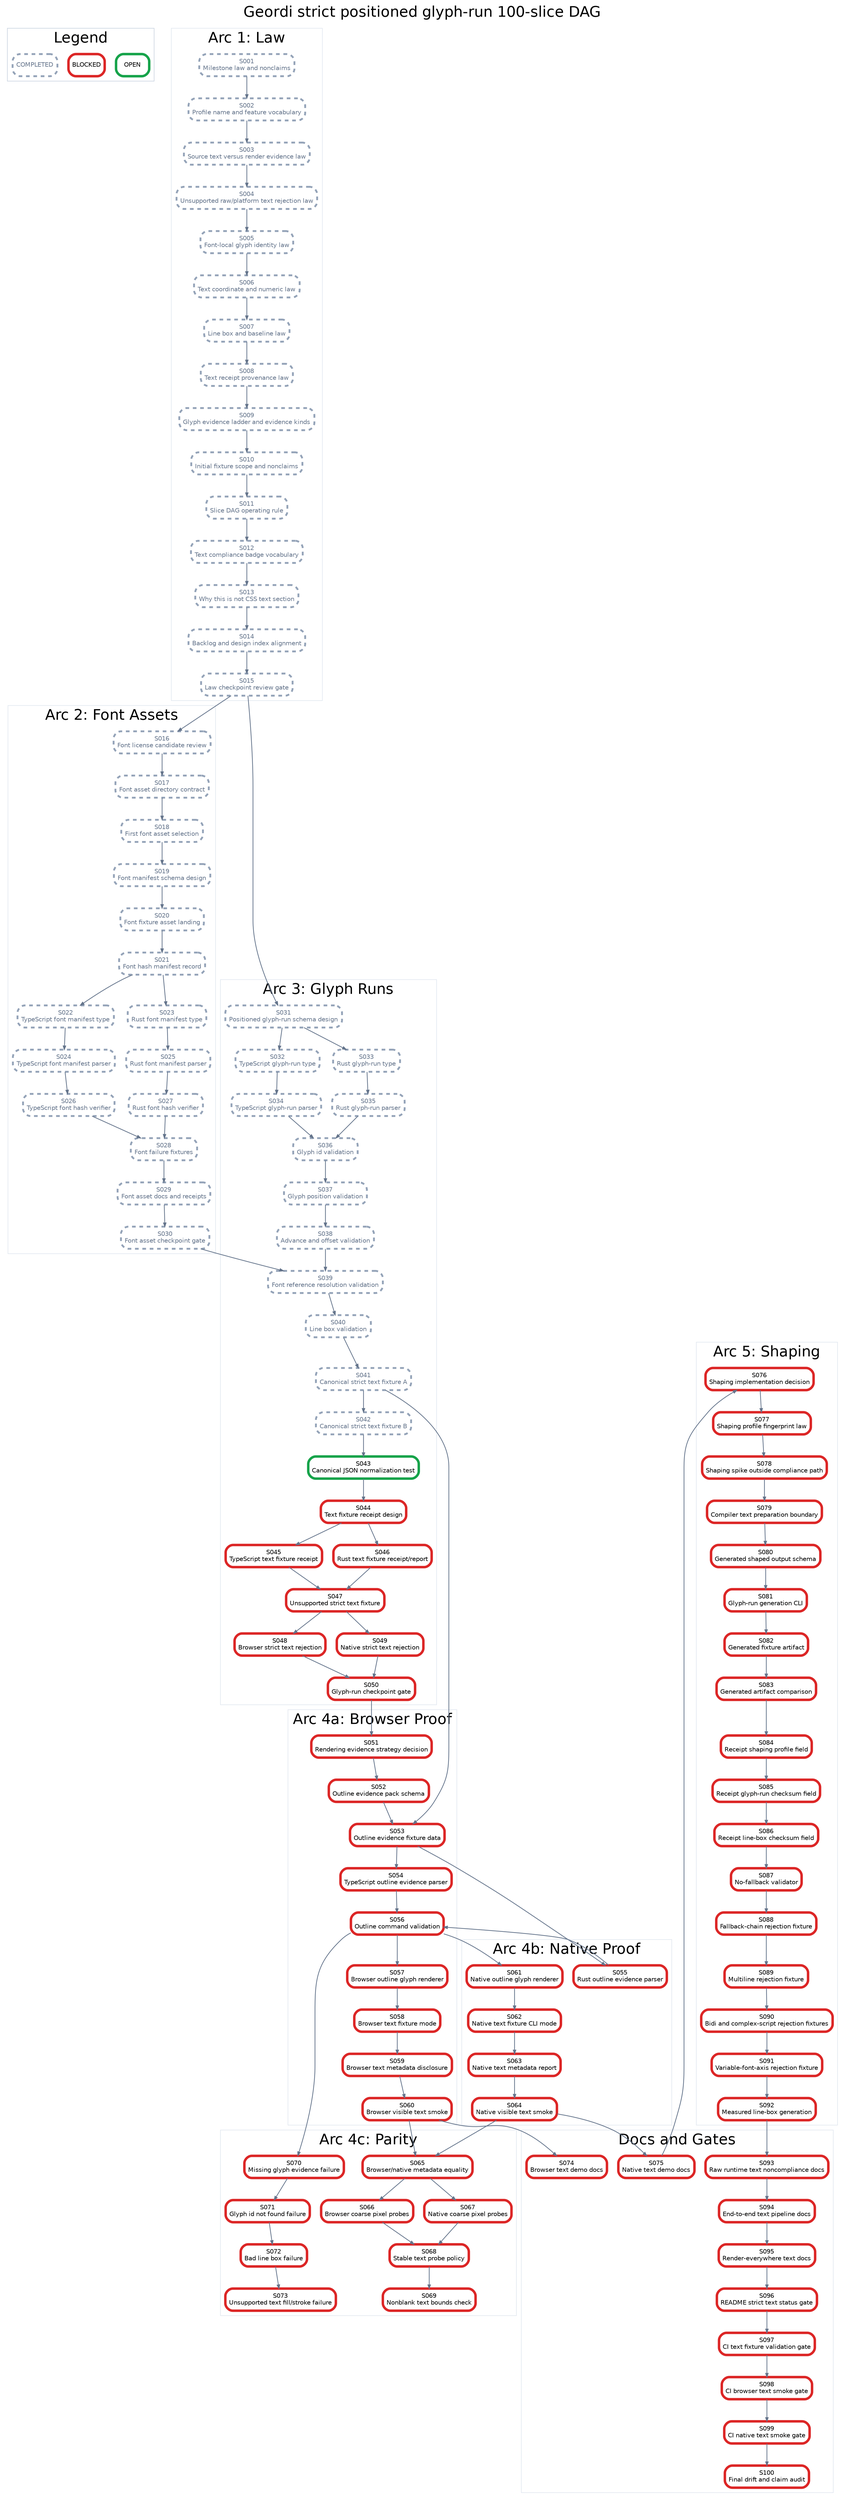
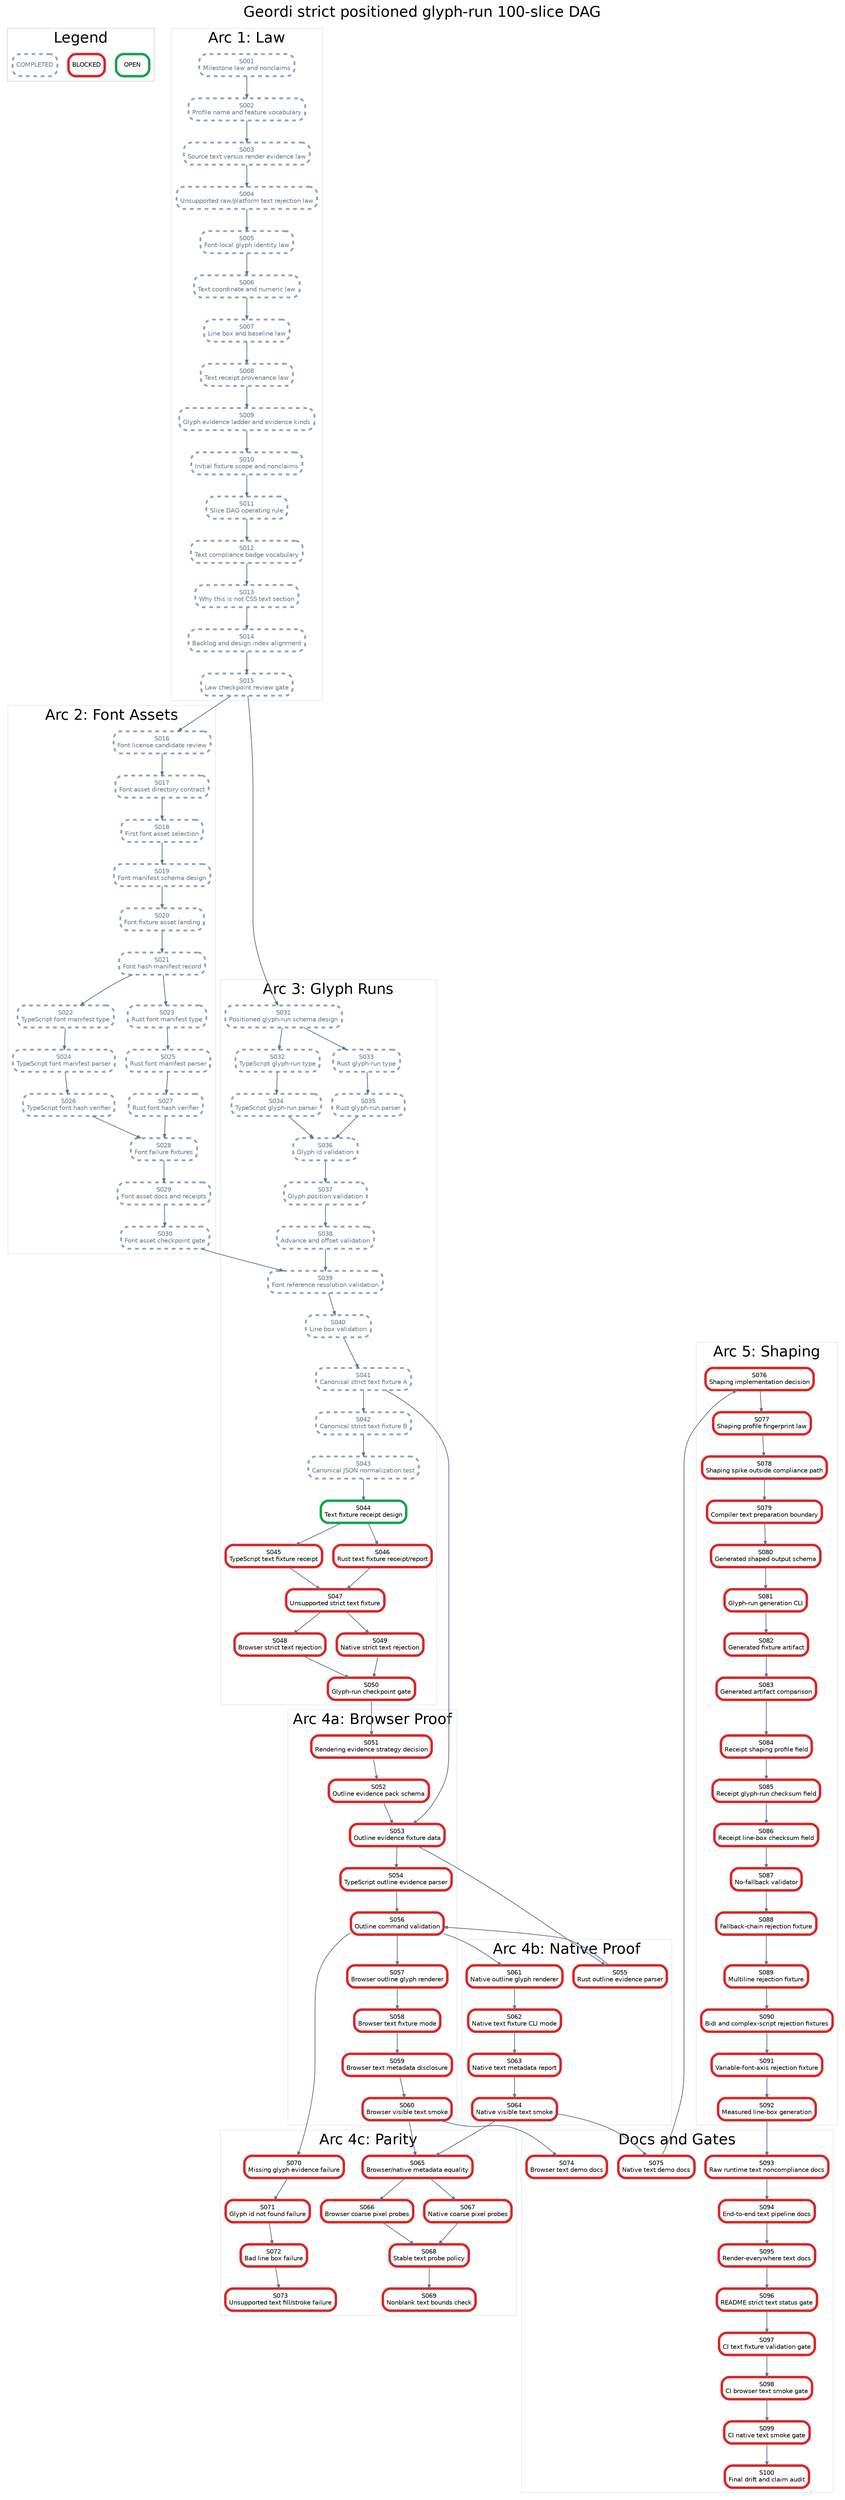
digraph StrictPositionedGlyphRunPlan {
  graph [rankdir=TB, bgcolor="white", fontname="Helvetica", label="Geordi strict positioned glyph-run 100-slice DAG", labelloc="t", fontsize=24];
  node [shape=box, style="rounded,filled", fillcolor="white", fontname="Helvetica", fontsize=10, margin="0.08,0.05"];
  edge [color="#64748b", arrowsize=0.6, penwidth=1.2];

  subgraph cluster_legend {
    label="Legend";
    color="#cbd5e1";
    legend_open [label="OPEN", color="#16a34a", penwidth=4];
    legend_blocked [label="BLOCKED", color="#dc2626", penwidth=4];
    legend_done [label="COMPLETED", color="#94a3b8", penwidth=3, style="rounded,filled,dashed", fontcolor="#64748b"];
  }

  subgraph cluster_law {
    label="Arc 1: Law";
    color="#e2e8f0";
    S001 [label="S001\nMilestone law and nonclaims", color="#94a3b8", penwidth=3, style="rounded,filled,dashed", fontcolor="#64748b"];
    S002 [label="S002\nProfile name and feature vocabulary", color="#94a3b8", penwidth=3, style="rounded,filled,dashed", fontcolor="#64748b"];
    S003 [label="S003\nSource text versus render evidence law", color="#94a3b8", penwidth=3, style="rounded,filled,dashed", fontcolor="#64748b"];
    S004 [label="S004\nUnsupported raw/platform text rejection law", color="#94a3b8", penwidth=3, style="rounded,filled,dashed", fontcolor="#64748b"];
    S005 [label="S005\nFont-local glyph identity law", color="#94a3b8", penwidth=3, style="rounded,filled,dashed", fontcolor="#64748b"];
    S006 [label="S006\nText coordinate and numeric law", color="#94a3b8", penwidth=3, style="rounded,filled,dashed", fontcolor="#64748b"];
    S007 [label="S007\nLine box and baseline law", color="#94a3b8", penwidth=3, style="rounded,filled,dashed", fontcolor="#64748b"];
    S008 [label="S008\nText receipt provenance law", color="#94a3b8", penwidth=3, style="rounded,filled,dashed", fontcolor="#64748b"];
    S009 [label="S009\nGlyph evidence ladder and evidence kinds", color="#94a3b8", penwidth=3, style="rounded,filled,dashed", fontcolor="#64748b"];
    S010 [label="S010\nInitial fixture scope and nonclaims", color="#94a3b8", penwidth=3, style="rounded,filled,dashed", fontcolor="#64748b"];
    S011 [label="S011\nSlice DAG operating rule", color="#94a3b8", penwidth=3, style="rounded,filled,dashed", fontcolor="#64748b"];
    S012 [label="S012\nText compliance badge vocabulary", color="#94a3b8", penwidth=3, style="rounded,filled,dashed", fontcolor="#64748b"];
    S013 [label="S013\nWhy this is not CSS text section", color="#94a3b8", penwidth=3, style="rounded,filled,dashed", fontcolor="#64748b"];
    S014 [label="S014\nBacklog and design index alignment", color="#94a3b8", penwidth=3, style="rounded,filled,dashed", fontcolor="#64748b"];
    S015 [label="S015\nLaw checkpoint review gate", color="#94a3b8", penwidth=3, style="rounded,filled,dashed", fontcolor="#64748b"];
  }

  subgraph cluster_assets {
    label="Arc 2: Font Assets";
    color="#e2e8f0";
    S016 [label="S016\nFont license candidate review", color="#94a3b8", penwidth=3, style="rounded,filled,dashed", fontcolor="#64748b"];
    S017 [label="S017\nFont asset directory contract", color="#94a3b8", penwidth=3, style="rounded,filled,dashed", fontcolor="#64748b"];
    S018 [label="S018\nFirst font asset selection", color="#94a3b8", penwidth=3, style="rounded,filled,dashed", fontcolor="#64748b"];
    S019 [label="S019\nFont manifest schema design", color="#94a3b8", penwidth=3, style="rounded,filled,dashed", fontcolor="#64748b"];
    S020 [label="S020\nFont fixture asset landing", color="#94a3b8", penwidth=3, style="rounded,filled,dashed", fontcolor="#64748b"];
    S021 [label="S021\nFont hash manifest record", color="#94a3b8", penwidth=3, style="rounded,filled,dashed", fontcolor="#64748b"];
    S022 [label="S022\nTypeScript font manifest type", color="#94a3b8", penwidth=3, style="rounded,filled,dashed", fontcolor="#64748b"];
    S023 [label="S023\nRust font manifest type", color="#94a3b8", penwidth=3, style="rounded,filled,dashed", fontcolor="#64748b"];
    S024 [label="S024\nTypeScript font manifest parser", color="#94a3b8", penwidth=3, style="rounded,filled,dashed", fontcolor="#64748b"];
    S025 [label="S025\nRust font manifest parser", color="#94a3b8", penwidth=3, style="rounded,filled,dashed", fontcolor="#64748b"];
    S026 [label="S026\nTypeScript font hash verifier", color="#94a3b8", penwidth=3, style="rounded,filled,dashed", fontcolor="#64748b"];
    S027 [label="S027\nRust font hash verifier", color="#94a3b8", penwidth=3, style="rounded,filled,dashed", fontcolor="#64748b"];
    S028 [label="S028\nFont failure fixtures", color="#94a3b8", penwidth=3, style="rounded,filled,dashed", fontcolor="#64748b"];
    S029 [label="S029\nFont asset docs and receipts", color="#94a3b8", penwidth=3, style="rounded,filled,dashed", fontcolor="#64748b"];
    S030 [label="S030\nFont asset checkpoint gate", color="#94a3b8", penwidth=3, style="rounded,filled,dashed", fontcolor="#64748b"];
  }

  subgraph cluster_glyph {
    label="Arc 3: Glyph Runs";
    color="#e2e8f0";
    S031 [label="S031\nPositioned glyph-run schema design", color="#94a3b8", penwidth=3, style="rounded,filled,dashed", fontcolor="#64748b"];
    S032 [label="S032\nTypeScript glyph-run type", color="#94a3b8", penwidth=3, style="rounded,filled,dashed", fontcolor="#64748b"];
    S033 [label="S033\nRust glyph-run type", color="#94a3b8", penwidth=3, style="rounded,filled,dashed", fontcolor="#64748b"];
    S034 [label="S034\nTypeScript glyph-run parser", color="#94a3b8", penwidth=3, style="rounded,filled,dashed", fontcolor="#64748b"];
    S035 [label="S035\nRust glyph-run parser", color="#94a3b8", penwidth=3, style="rounded,filled,dashed", fontcolor="#64748b"];
    S036 [label="S036\nGlyph id validation", color="#94a3b8", penwidth=3, style="rounded,filled,dashed", fontcolor="#64748b"];
    S037 [label="S037\nGlyph position validation", color="#94a3b8", penwidth=3, style="rounded,filled,dashed", fontcolor="#64748b"];
    S038 [label="S038\nAdvance and offset validation", color="#94a3b8", penwidth=3, style="rounded,filled,dashed", fontcolor="#64748b"];
    S039 [label="S039\nFont reference resolution validation", color="#94a3b8", penwidth=3, style="rounded,filled,dashed", fontcolor="#64748b"];
    S040 [label="S040\nLine box validation", color="#94a3b8", penwidth=3, style="rounded,filled,dashed", fontcolor="#64748b"];
    S041 [label="S041\nCanonical strict text fixture A", color="#94a3b8", penwidth=3, style="rounded,filled,dashed", fontcolor="#64748b"];
    S042 [label="S042\nCanonical strict text fixture B", color="#94a3b8", penwidth=3, style="rounded,filled,dashed", fontcolor="#64748b"];
-     S043 [label="S043\nCanonical JSON normalization test", color="#16a34a", penwidth=4];
-     S044 [label="S044\nText fixture receipt design", color="#dc2626", penwidth=4];
+     S043 [label="S043\nCanonical JSON normalization test", color="#94a3b8", penwidth=3, style="rounded,filled,dashed", fontcolor="#64748b"];
+     S044 [label="S044\nText fixture receipt design", color="#16a34a", penwidth=4];
    S045 [label="S045\nTypeScript text fixture receipt", color="#dc2626", penwidth=4];
    S046 [label="S046\nRust text fixture receipt/report", color="#dc2626", penwidth=4];
    S047 [label="S047\nUnsupported strict text fixture", color="#dc2626", penwidth=4];
    S048 [label="S048\nBrowser strict text rejection", color="#dc2626", penwidth=4];
    S049 [label="S049\nNative strict text rejection", color="#dc2626", penwidth=4];
    S050 [label="S050\nGlyph-run checkpoint gate", color="#dc2626", penwidth=4];
  }

  subgraph cluster_browser {
    label="Arc 4a: Browser Proof";
    color="#e2e8f0";
    S051 [label="S051\nRendering evidence strategy decision", color="#dc2626", penwidth=4];
    S052 [label="S052\nOutline evidence pack schema", color="#dc2626", penwidth=4];
    S053 [label="S053\nOutline evidence fixture data", color="#dc2626", penwidth=4];
    S054 [label="S054\nTypeScript outline evidence parser", color="#dc2626", penwidth=4];
    S056 [label="S056\nOutline command validation", color="#dc2626", penwidth=4];
    S057 [label="S057\nBrowser outline glyph renderer", color="#dc2626", penwidth=4];
    S058 [label="S058\nBrowser text fixture mode", color="#dc2626", penwidth=4];
    S059 [label="S059\nBrowser text metadata disclosure", color="#dc2626", penwidth=4];
    S060 [label="S060\nBrowser visible text smoke", color="#dc2626", penwidth=4];
  }

  subgraph cluster_native {
    label="Arc 4b: Native Proof";
    color="#e2e8f0";
    S055 [label="S055\nRust outline evidence parser", color="#dc2626", penwidth=4];
    S061 [label="S061\nNative outline glyph renderer", color="#dc2626", penwidth=4];
    S062 [label="S062\nNative text fixture CLI mode", color="#dc2626", penwidth=4];
    S063 [label="S063\nNative text metadata report", color="#dc2626", penwidth=4];
    S064 [label="S064\nNative visible text smoke", color="#dc2626", penwidth=4];
  }

  subgraph cluster_parity {
    label="Arc 4c: Parity";
    color="#e2e8f0";
    S065 [label="S065\nBrowser/native metadata equality", color="#dc2626", penwidth=4];
    S066 [label="S066\nBrowser coarse pixel probes", color="#dc2626", penwidth=4];
    S067 [label="S067\nNative coarse pixel probes", color="#dc2626", penwidth=4];
    S068 [label="S068\nStable text probe policy", color="#dc2626", penwidth=4];
    S069 [label="S069\nNonblank text bounds check", color="#dc2626", penwidth=4];
    S070 [label="S070\nMissing glyph evidence failure", color="#dc2626", penwidth=4];
    S071 [label="S071\nGlyph id not found failure", color="#dc2626", penwidth=4];
    S072 [label="S072\nBad line box failure", color="#dc2626", penwidth=4];
    S073 [label="S073\nUnsupported text fill/stroke failure", color="#dc2626", penwidth=4];
  }

  subgraph cluster_shaping {
    label="Arc 5: Shaping";
    color="#e2e8f0";
    S076 [label="S076\nShaping implementation decision", color="#dc2626", penwidth=4];
    S077 [label="S077\nShaping profile fingerprint law", color="#dc2626", penwidth=4];
    S078 [label="S078\nShaping spike outside compliance path", color="#dc2626", penwidth=4];
    S079 [label="S079\nCompiler text preparation boundary", color="#dc2626", penwidth=4];
    S080 [label="S080\nGenerated shaped output schema", color="#dc2626", penwidth=4];
    S081 [label="S081\nGlyph-run generation CLI", color="#dc2626", penwidth=4];
    S082 [label="S082\nGenerated fixture artifact", color="#dc2626", penwidth=4];
    S083 [label="S083\nGenerated artifact comparison", color="#dc2626", penwidth=4];
    S084 [label="S084\nReceipt shaping profile field", color="#dc2626", penwidth=4];
    S085 [label="S085\nReceipt glyph-run checksum field", color="#dc2626", penwidth=4];
    S086 [label="S086\nReceipt line-box checksum field", color="#dc2626", penwidth=4];
    S087 [label="S087\nNo-fallback validator", color="#dc2626", penwidth=4];
    S088 [label="S088\nFallback-chain rejection fixture", color="#dc2626", penwidth=4];
    S089 [label="S089\nMultiline rejection fixture", color="#dc2626", penwidth=4];
    S090 [label="S090\nBidi and complex-script rejection fixtures", color="#dc2626", penwidth=4];
    S091 [label="S091\nVariable-font-axis rejection fixture", color="#dc2626", penwidth=4];
    S092 [label="S092\nMeasured line-box generation", color="#dc2626", penwidth=4];
  }

  subgraph cluster_docs {
    label="Docs and Gates";
    color="#e2e8f0";
    S074 [label="S074\nBrowser text demo docs", color="#dc2626", penwidth=4];
    S075 [label="S075\nNative text demo docs", color="#dc2626", penwidth=4];
    S093 [label="S093\nRaw runtime text noncompliance docs", color="#dc2626", penwidth=4];
    S094 [label="S094\nEnd-to-end text pipeline docs", color="#dc2626", penwidth=4];
    S095 [label="S095\nRender-everywhere text docs", color="#dc2626", penwidth=4];
    S096 [label="S096\nREADME strict text status gate", color="#dc2626", penwidth=4];
    S097 [label="S097\nCI text fixture validation gate", color="#dc2626", penwidth=4];
    S098 [label="S098\nCI browser text smoke gate", color="#dc2626", penwidth=4];
    S099 [label="S099\nCI native text smoke gate", color="#dc2626", penwidth=4];
    S100 [label="S100\nFinal drift and claim audit", color="#dc2626", penwidth=4];
  }

  S001 -> S002;
  S002 -> S003;
  S003 -> S004;
  S004 -> S005;
  S005 -> S006;
  S006 -> S007;
  S007 -> S008;
  S008 -> S009;
  S009 -> S010;
  S010 -> S011;
  S011 -> S012;
  S012 -> S013;
  S013 -> S014;
  S014 -> S015;
  S015 -> S016;
  S016 -> S017;
  S017 -> S018;
  S018 -> S019;
  S019 -> S020;
  S020 -> S021;
  S021 -> S022;
  S021 -> S023;
  S022 -> S024;
  S023 -> S025;
  S024 -> S026;
  S025 -> S027;
  S026 -> S028;
  S027 -> S028;
  S028 -> S029;
  S029 -> S030;
  S015 -> S031;
  S031 -> S032;
  S031 -> S033;
  S032 -> S034;
  S033 -> S035;
  S034 -> S036;
  S035 -> S036;
  S036 -> S037;
  S037 -> S038;
  S038 -> S039;
  S039 -> S040;
  S030 -> S039;
  S040 -> S041;
  S041 -> S042;
  S042 -> S043;
  S043 -> S044;
  S044 -> S045;
  S044 -> S046;
  S045 -> S047;
  S046 -> S047;
  S047 -> S048;
  S047 -> S049;
  S048 -> S050;
  S049 -> S050;
  S050 -> S051;
  S051 -> S052;
  S052 -> S053;
  S041 -> S053;
  S053 -> S054;
  S053 -> S055;
  S054 -> S056;
  S055 -> S056;
  S056 -> S057;
  S057 -> S058;
  S058 -> S059;
  S059 -> S060;
  S056 -> S061;
  S061 -> S062;
  S062 -> S063;
  S063 -> S064;
  S060 -> S065;
  S064 -> S065;
  S065 -> S066;
  S065 -> S067;
  S066 -> S068;
  S067 -> S068;
  S068 -> S069;
  S056 -> S070;
  S070 -> S071;
  S071 -> S072;
  S072 -> S073;
  S060 -> S074;
  S064 -> S075;
  S075 -> S076;
  S076 -> S077;
  S077 -> S078;
  S078 -> S079;
  S079 -> S080;
  S080 -> S081;
  S081 -> S082;
  S082 -> S083;
  S083 -> S084;
  S084 -> S085;
  S085 -> S086;
  S086 -> S087;
  S087 -> S088;
  S088 -> S089;
  S089 -> S090;
  S090 -> S091;
  S091 -> S092;
  S092 -> S093;
  S093 -> S094;
  S094 -> S095;
  S095 -> S096;
  S096 -> S097;
  S097 -> S098;
  S098 -> S099;
  S099 -> S100;
}
